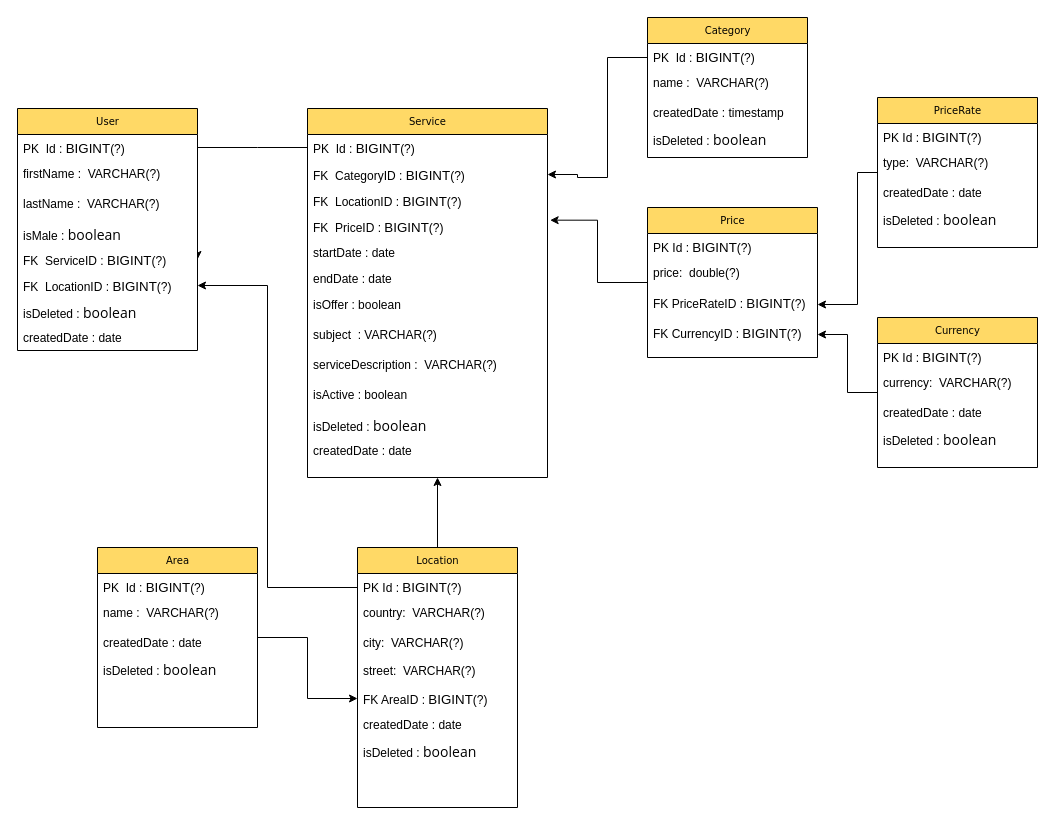
Above: page "ERD" (2 of 3) of HelppyDiagrams.drawio in StanislavRa/group_A_Helppy (draw.io), before the change. Source tidied: cells renumbered, new cells numbered last; positions are measured from the earlier drawing's top-left corner, leaving out a move shared by most shapes. Both pictures are drawn from the tidied source at 100%, with x=0, y=0 at pixel (17, 17).
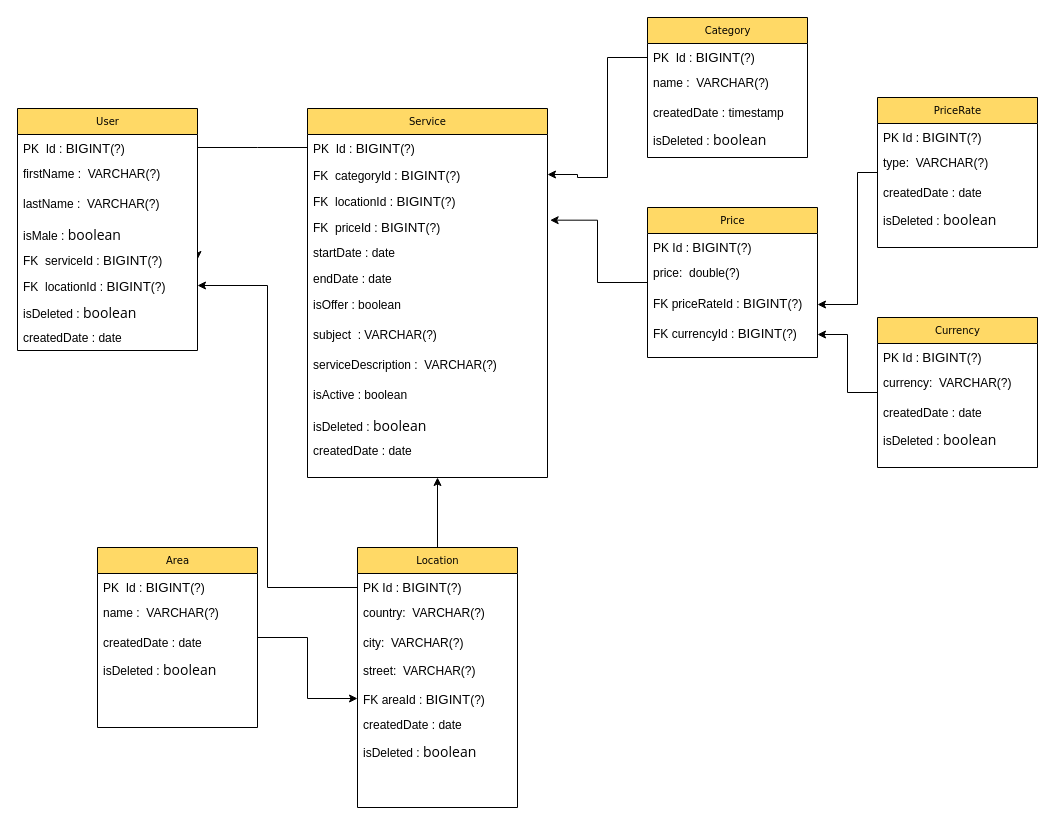
After the change.

The change refers to these unchanged cells:
```xml
<mxCell id="9" value="Service" style="swimlane;html=1;fontStyle=0;horizontal=1;startSize=26;fillColor=#FFD966;swimlaneFillColor=#ffffff;rounded=0;shadow=0;comic=0;labelBackgroundColor=none;strokeWidth=1;fontFamily=Verdana;fontSize=10;align=center;" parent="1" vertex="1">
  <mxGeometry x="290" y="91" width="240" height="369" as="geometry" />
</mxCell>
<mxCell id="28" value="User" style="swimlane;html=1;fontStyle=0;horizontal=1;startSize=26;fillColor=#FFD966;swimlaneFillColor=#ffffff;rounded=0;shadow=0;comic=0;labelBackgroundColor=none;strokeWidth=1;fontFamily=Verdana;fontSize=10;align=center;" parent="1" vertex="1">
  <mxGeometry y="91" width="180" height="242" as="geometry" />
</mxCell>
<mxCell id="39" value="Location" style="swimlane;html=1;fontStyle=0;horizontal=1;startSize=26;fillColor=#FFD966;swimlaneFillColor=#ffffff;rounded=0;shadow=0;comic=0;labelBackgroundColor=none;strokeWidth=1;fontFamily=Verdana;fontSize=10;align=center;" parent="1" vertex="1">
  <mxGeometry x="340" y="530" width="160" height="260" as="geometry" />
</mxCell>
<mxCell id="60" value="Price" style="swimlane;html=1;fontStyle=0;horizontal=1;startSize=26;fillColor=#FFD966;swimlaneFillColor=#ffffff;rounded=0;shadow=0;comic=0;labelBackgroundColor=none;strokeWidth=1;fontFamily=Verdana;fontSize=10;align=center;" parent="1" vertex="1">
  <mxGeometry x="630" y="190" width="170" height="150" as="geometry" />
</mxCell>
```

Diff of the diagram source:
```diff
@@
-    <mxCell id="11" value="FK&amp;nbsp; CategoryID :&amp;nbsp;&lt;span style=&quot;font-family: &amp;#34;arial&amp;#34; , &amp;#34;helvetica&amp;#34; , sans-serif ; font-size: 13.3333px ; background-color: rgb(255 , 255 , 255)&quot;&gt;BIGINT&lt;/span&gt;(?)&lt;span style=&quot;font-family: &amp;#34;arial&amp;#34; , &amp;#34;helvetica&amp;#34; , sans-serif ; font-size: 13.3333px ; background-color: rgb(255 , 255 , 255)&quot;&gt;&lt;br&gt;&amp;nbsp;&lt;/span&gt;" style="text;html=1;strokeColor=none;fillColor=none;align=left;verticalAlign=top;spacingLeft=4;spacingRight=4;whiteSpace=wrap;overflow=hidden;points=[[0,0.5],[1,0.5]];portConstraint=eastwest;" parent="9" vertex="1">
+    <mxCell id="11" value="FK&amp;nbsp; categoryId :&amp;nbsp;&lt;span style=&quot;font-family: &amp;#34;arial&amp;#34; , &amp;#34;helvetica&amp;#34; , sans-serif ; font-size: 13.3333px ; background-color: rgb(255 , 255 , 255)&quot;&gt;BIGINT&lt;/span&gt;(?)&lt;span style=&quot;font-family: &amp;#34;arial&amp;#34; , &amp;#34;helvetica&amp;#34; , sans-serif ; font-size: 13.3333px ; background-color: rgb(255 , 255 , 255)&quot;&gt;&lt;br&gt;&amp;nbsp;&lt;/span&gt;" style="text;html=1;strokeColor=none;fillColor=none;align=left;verticalAlign=top;spacingLeft=4;spacingRight=4;whiteSpace=wrap;overflow=hidden;points=[[0,0.5],[1,0.5]];portConstraint=eastwest;" parent="9" vertex="1">
       <mxGeometry y="53" width="240" height="26" as="geometry" />
     </mxCell>
-    <mxCell id="12" value="FK&amp;nbsp; LocationID :&amp;nbsp;&lt;span style=&quot;font-family: &amp;#34;arial&amp;#34; , &amp;#34;helvetica&amp;#34; , sans-serif ; font-size: 13.3333px ; background-color: rgb(255 , 255 , 255)&quot;&gt;BIGINT&lt;/span&gt;(?)&lt;span style=&quot;font-family: &amp;#34;arial&amp;#34; , &amp;#34;helvetica&amp;#34; , sans-serif ; font-size: 13.3333px ; background-color: rgb(255 , 255 , 255)&quot;&gt;&lt;br&gt;&amp;nbsp;&lt;/span&gt;" style="text;html=1;strokeColor=none;fillColor=none;align=left;verticalAlign=top;spacingLeft=4;spacingRight=4;whiteSpace=wrap;overflow=hidden;" parent="9" vertex="1">
+    <mxCell id="12" value="FK&amp;nbsp; locationId :&amp;nbsp;&lt;span style=&quot;font-family: &amp;#34;arial&amp;#34; , &amp;#34;helvetica&amp;#34; , sans-serif ; font-size: 13.3333px ; background-color: rgb(255 , 255 , 255)&quot;&gt;BIGINT&lt;/span&gt;(?)&lt;span style=&quot;font-family: &amp;#34;arial&amp;#34; , &amp;#34;helvetica&amp;#34; , sans-serif ; font-size: 13.3333px ; background-color: rgb(255 , 255 , 255)&quot;&gt;&lt;br&gt;&amp;nbsp;&lt;/span&gt;" style="text;html=1;strokeColor=none;fillColor=none;align=left;verticalAlign=top;spacingLeft=4;spacingRight=4;whiteSpace=wrap;overflow=hidden;" parent="9" vertex="1">
       <mxGeometry y="79" width="240" height="26" as="geometry" />
     </mxCell>
-    <mxCell id="13" value="FK&amp;nbsp; PriceID :&amp;nbsp;&lt;span style=&quot;font-family: &amp;#34;arial&amp;#34; , &amp;#34;helvetica&amp;#34; , sans-serif ; font-size: 13.3333px ; background-color: rgb(255 , 255 , 255)&quot;&gt;BIGINT&lt;/span&gt;(?)&lt;span style=&quot;font-family: &amp;#34;arial&amp;#34; , &amp;#34;helvetica&amp;#34; , sans-serif ; font-size: 13.3333px ; background-color: rgb(255 , 255 , 255)&quot;&gt;&lt;br&gt;&amp;nbsp;&lt;/span&gt;" style="text;html=1;strokeColor=none;fillColor=none;align=left;verticalAlign=top;spacingLeft=4;spacingRight=4;whiteSpace=wrap;overflow=hidden;points=[[0,0.5],[1,0.5]];portConstraint=eastwest;" parent="9" vertex="1">
+    <mxCell id="13" value="FK&amp;nbsp; priceId :&amp;nbsp;&lt;span style=&quot;font-family: &amp;#34;arial&amp;#34; , &amp;#34;helvetica&amp;#34; , sans-serif ; font-size: 13.3333px ; background-color: rgb(255 , 255 , 255)&quot;&gt;BIGINT&lt;/span&gt;(?)&lt;span style=&quot;font-family: &amp;#34;arial&amp;#34; , &amp;#34;helvetica&amp;#34; , sans-serif ; font-size: 13.3333px ; background-color: rgb(255 , 255 , 255)&quot;&gt;&lt;br&gt;&amp;nbsp;&lt;/span&gt;" style="text;html=1;strokeColor=none;fillColor=none;align=left;verticalAlign=top;spacingLeft=4;spacingRight=4;whiteSpace=wrap;overflow=hidden;points=[[0,0.5],[1,0.5]];portConstraint=eastwest;" parent="9" vertex="1">
       <mxGeometry y="105" width="240" height="26" as="geometry" />
     </mxCell>
@@
-    <mxCell id="33" value="FK&amp;nbsp; ServiceID :&amp;nbsp;&lt;span style=&quot;font-family: &amp;#34;arial&amp;#34; , &amp;#34;helvetica&amp;#34; , sans-serif ; font-size: 13.3333px ; background-color: rgb(255 , 255 , 255)&quot;&gt;BIGINT&lt;/span&gt;(?)&lt;span style=&quot;font-family: &amp;#34;arial&amp;#34; , &amp;#34;helvetica&amp;#34; , sans-serif ; font-size: 13.3333px ; background-color: rgb(255 , 255 , 255)&quot;&gt;&lt;br&gt;&amp;nbsp;&lt;/span&gt;" style="text;html=1;strokeColor=none;fillColor=none;align=left;verticalAlign=top;spacingLeft=4;spacingRight=4;whiteSpace=wrap;overflow=hidden;points=[[0,0.5],[1,0.5]];portConstraint=eastwest;" parent="28" vertex="1">
+    <mxCell id="33" value="FK&amp;nbsp; serviceId :&amp;nbsp;&lt;span style=&quot;font-family: &amp;#34;arial&amp;#34; , &amp;#34;helvetica&amp;#34; , sans-serif ; font-size: 13.3333px ; background-color: rgb(255 , 255 , 255)&quot;&gt;BIGINT&lt;/span&gt;(?)&lt;span style=&quot;font-family: &amp;#34;arial&amp;#34; , &amp;#34;helvetica&amp;#34; , sans-serif ; font-size: 13.3333px ; background-color: rgb(255 , 255 , 255)&quot;&gt;&lt;br&gt;&amp;nbsp;&lt;/span&gt;" style="text;html=1;strokeColor=none;fillColor=none;align=left;verticalAlign=top;spacingLeft=4;spacingRight=4;whiteSpace=wrap;overflow=hidden;points=[[0,0.5],[1,0.5]];portConstraint=eastwest;" parent="28" vertex="1">
       <mxGeometry y="138" width="180" height="26" as="geometry" />
     </mxCell>
-    <mxCell id="34" value="FK&amp;nbsp; LocationID :&amp;nbsp;&lt;span style=&quot;font-family: &amp;#34;arial&amp;#34; , &amp;#34;helvetica&amp;#34; , sans-serif ; font-size: 13.3333px ; background-color: rgb(255 , 255 , 255)&quot;&gt;BIGINT&lt;/span&gt;(?)&lt;span style=&quot;font-family: &amp;#34;arial&amp;#34; , &amp;#34;helvetica&amp;#34; , sans-serif ; font-size: 13.3333px ; background-color: rgb(255 , 255 , 255)&quot;&gt;&lt;br&gt;&amp;nbsp;&lt;/span&gt;" style="text;html=1;strokeColor=none;fillColor=none;align=left;verticalAlign=top;spacingLeft=4;spacingRight=4;whiteSpace=wrap;overflow=hidden;points=[[0,0.5],[1,0.5]];portConstraint=eastwest;" parent="28" vertex="1">
+    <mxCell id="34" value="FK&amp;nbsp; locationId :&amp;nbsp;&lt;span style=&quot;font-family: &amp;#34;arial&amp;#34; , &amp;#34;helvetica&amp;#34; , sans-serif ; font-size: 13.3333px ; background-color: rgb(255 , 255 , 255)&quot;&gt;BIGINT&lt;/span&gt;(?)&lt;span style=&quot;font-family: &amp;#34;arial&amp;#34; , &amp;#34;helvetica&amp;#34; , sans-serif ; font-size: 13.3333px ; background-color: rgb(255 , 255 , 255)&quot;&gt;&lt;br&gt;&amp;nbsp;&lt;/span&gt;" style="text;html=1;strokeColor=none;fillColor=none;align=left;verticalAlign=top;spacingLeft=4;spacingRight=4;whiteSpace=wrap;overflow=hidden;points=[[0,0.5],[1,0.5]];portConstraint=eastwest;" parent="28" vertex="1">
       <mxGeometry y="164" width="180" height="26" as="geometry" />
     </mxCell>
@@
-    <mxCell id="44" value="FK AreaID :&amp;nbsp;&lt;span style=&quot;font-family: &amp;#34;arial&amp;#34; , &amp;#34;helvetica&amp;#34; , sans-serif ; font-size: 13.3333px ; background-color: rgb(255 , 255 , 255)&quot;&gt;BIGINT&lt;/span&gt;(?)&lt;span style=&quot;font-family: &amp;#34;arial&amp;#34; , &amp;#34;helvetica&amp;#34; , sans-serif ; font-size: 13.3333px ; background-color: rgb(255 , 255 , 255)&quot;&gt;&lt;br&gt;&amp;nbsp;&lt;/span&gt;" style="text;html=1;strokeColor=none;fillColor=none;align=left;verticalAlign=top;spacingLeft=4;spacingRight=4;whiteSpace=wrap;overflow=hidden;points=[[0,0.5],[1,0.5]];portConstraint=eastwest;" parent="39" vertex="1">
+    <mxCell id="44" value="FK areaId :&amp;nbsp;&lt;span style=&quot;font-family: &amp;#34;arial&amp;#34; , &amp;#34;helvetica&amp;#34; , sans-serif ; font-size: 13.3333px ; background-color: rgb(255 , 255 , 255)&quot;&gt;BIGINT&lt;/span&gt;(?)&lt;span style=&quot;font-family: &amp;#34;arial&amp;#34; , &amp;#34;helvetica&amp;#34; , sans-serif ; font-size: 13.3333px ; background-color: rgb(255 , 255 , 255)&quot;&gt;&lt;br&gt;&amp;nbsp;&lt;/span&gt;" style="text;html=1;strokeColor=none;fillColor=none;align=left;verticalAlign=top;spacingLeft=4;spacingRight=4;whiteSpace=wrap;overflow=hidden;points=[[0,0.5],[1,0.5]];portConstraint=eastwest;" parent="39" vertex="1">
       <mxGeometry y="138" width="160" height="26" as="geometry" />
     </mxCell>
@@
-    <mxCell id="63" value="FK PriceRateID :&amp;nbsp;&lt;span style=&quot;font-family: &amp;#34;arial&amp;#34; , &amp;#34;helvetica&amp;#34; , sans-serif ; font-size: 13.3333px ; background-color: rgb(255 , 255 , 255)&quot;&gt;BIGINT&lt;/span&gt;(?)&lt;span style=&quot;font-family: &amp;#34;arial&amp;#34; , &amp;#34;helvetica&amp;#34; , sans-serif ; font-size: 13.3333px ; background-color: rgb(255 , 255 , 255)&quot;&gt;&lt;br&gt;&amp;nbsp;&lt;/span&gt;" style="text;html=1;strokeColor=none;fillColor=none;align=left;verticalAlign=top;spacingLeft=4;spacingRight=4;whiteSpace=wrap;overflow=hidden;points=[[0,0.5],[1,0.5]];portConstraint=eastwest;" parent="60" vertex="1">
+    <mxCell id="63" value="FK priceRateId :&amp;nbsp;&lt;span style=&quot;font-family: &amp;#34;arial&amp;#34; , &amp;#34;helvetica&amp;#34; , sans-serif ; font-size: 13.3333px ; background-color: rgb(255 , 255 , 255)&quot;&gt;BIGINT&lt;/span&gt;(?)&lt;span style=&quot;font-family: &amp;#34;arial&amp;#34; , &amp;#34;helvetica&amp;#34; , sans-serif ; font-size: 13.3333px ; background-color: rgb(255 , 255 , 255)&quot;&gt;&lt;br&gt;&amp;nbsp;&lt;/span&gt;" style="text;html=1;strokeColor=none;fillColor=none;align=left;verticalAlign=top;spacingLeft=4;spacingRight=4;whiteSpace=wrap;overflow=hidden;points=[[0,0.5],[1,0.5]];portConstraint=eastwest;" parent="60" vertex="1">
       <mxGeometry y="82" width="170" height="30" as="geometry" />
     </mxCell>
-    <mxCell id="64" value="FK CurrencyID :&amp;nbsp;&lt;span style=&quot;font-family: &amp;#34;arial&amp;#34; , &amp;#34;helvetica&amp;#34; , sans-serif ; font-size: 13.3333px ; background-color: rgb(255 , 255 , 255)&quot;&gt;BIGINT&lt;/span&gt;(?)&lt;span style=&quot;font-family: &amp;#34;arial&amp;#34; , &amp;#34;helvetica&amp;#34; , sans-serif ; font-size: 13.3333px ; background-color: rgb(255 , 255 , 255)&quot;&gt;&lt;br&gt;&amp;nbsp;&lt;/span&gt;" style="text;html=1;strokeColor=none;fillColor=none;align=left;verticalAlign=top;spacingLeft=4;spacingRight=4;whiteSpace=wrap;overflow=hidden;points=[[0,0.5],[1,0.5]];portConstraint=eastwest;" parent="60" vertex="1">
+    <mxCell id="64" value="FK currencyId :&amp;nbsp;&lt;span style=&quot;font-family: &amp;#34;arial&amp;#34; , &amp;#34;helvetica&amp;#34; , sans-serif ; font-size: 13.3333px ; background-color: rgb(255 , 255 , 255)&quot;&gt;BIGINT&lt;/span&gt;(?)&lt;span style=&quot;font-family: &amp;#34;arial&amp;#34; , &amp;#34;helvetica&amp;#34; , sans-serif ; font-size: 13.3333px ; background-color: rgb(255 , 255 , 255)&quot;&gt;&lt;br&gt;&amp;nbsp;&lt;/span&gt;" style="text;html=1;strokeColor=none;fillColor=none;align=left;verticalAlign=top;spacingLeft=4;spacingRight=4;whiteSpace=wrap;overflow=hidden;points=[[0,0.5],[1,0.5]];portConstraint=eastwest;" parent="60" vertex="1">
       <mxGeometry y="112" width="170" height="30" as="geometry" />
     </mxCell>
```
